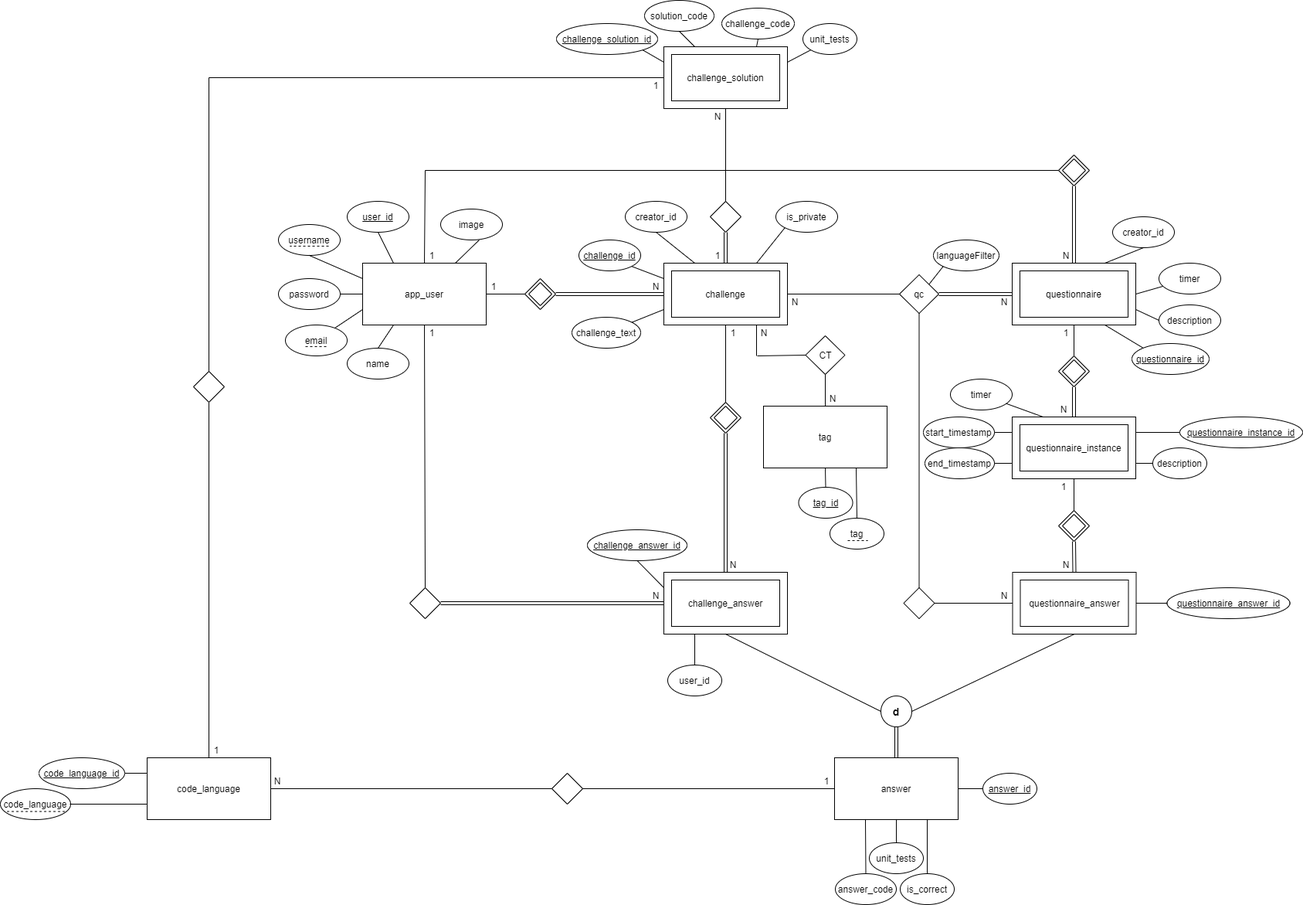
Earlier version of the draw.io export Code/Postgres/Diagram.png (joaoesantos/ise_learning). Source tidied: cells renumbered, new cells last; positions are measured from the earlier drawing's top-left corner, leaving out a move shared by most shapes.
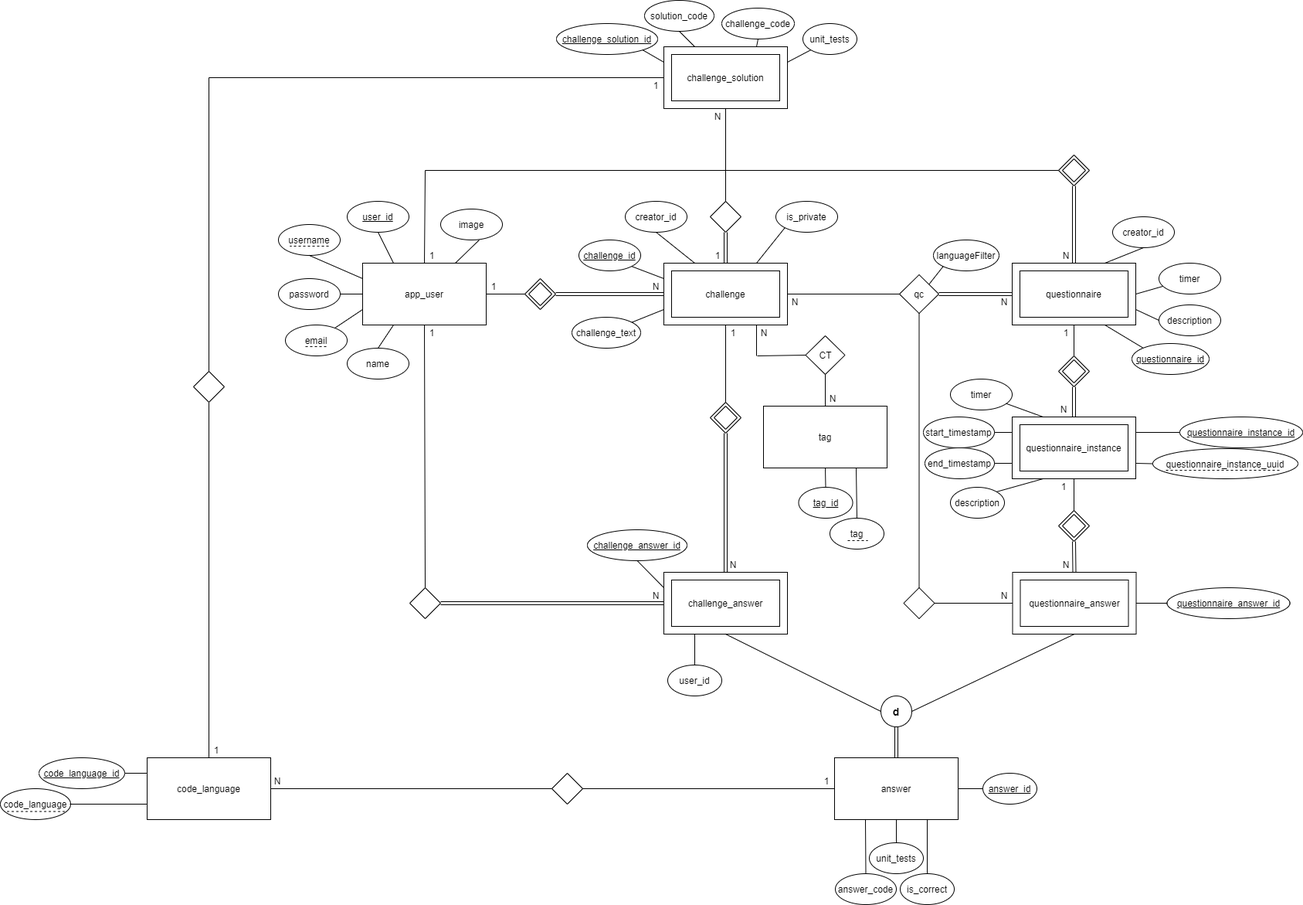
Later version of the same file.

Change to the diagram source:
```diff
@@ -454,8 +454,8 @@
     <mxCell id="143" style="endArrow=none;html=1;entryX=1;entryY=0.25;entryDx=0;entryDy=0;exitX=0;exitY=0.5;exitDx=0;exitDy=0;" parent="1" edge="1" source="142" target="139">
       <mxGeometry relative="1" as="geometry" />
     </mxCell>
-    <mxCell id="144" value="description" style="ellipse;whiteSpace=wrap;html=1;" parent="1" vertex="1">
-      <mxGeometry x="1492" y="579" width="70" height="40" as="geometry" />
+    <mxCell id="144" value="questionnaire_instance_uuid" style="ellipse;whiteSpace=wrap;html=1;" parent="1" vertex="1">
+      <mxGeometry x="1492" y="580" width="188" height="39" as="geometry" />
     </mxCell>
     <mxCell id="145" style="endArrow=none;html=1;entryX=0;entryY=0.5;entryDx=0;entryDy=0;exitX=1;exitY=0.75;exitDx=0;exitDy=0;" parent="1" edge="1" source="139" target="144">
       <mxGeometry relative="1" as="geometry" />
@@ -511,5 +511,17 @@
     <mxCell id="162" value="N" style="text;html=1;strokeColor=none;fillColor=none;align=center;verticalAlign=middle;whiteSpace=wrap;rounded=0;" parent="1" vertex="1">
       <mxGeometry x="349" y="1000" width="20" height="20" as="geometry" />
     </mxCell>
+    <mxCell id="163" value="description" style="ellipse;whiteSpace=wrap;html=1;" parent="1" vertex="1">
+      <mxGeometry x="1230" y="630" width="70" height="40" as="geometry" />
+    </mxCell>
+    <mxCell id="164" style="endArrow=none;html=1;entryX=0.25;entryY=1;entryDx=0;entryDy=0;exitX=1;exitY=0;exitDx=0;exitDy=0;" parent="1" edge="1" source="163" target="139">
+      <mxGeometry relative="1" as="geometry" />
+    </mxCell>
+    <mxCell id="165" style="endArrow=none;dashed=1;html=1;" parent="1" edge="1">
+      <mxGeometry relative="1" as="geometry">
+        <mxPoint x="1509" y="608" as="sourcePoint" />
+        <mxPoint x="1659" y="608" as="targetPoint" />
+      </mxGeometry>
+    </mxCell>
   </root>
 </mxGraphModel>
```
